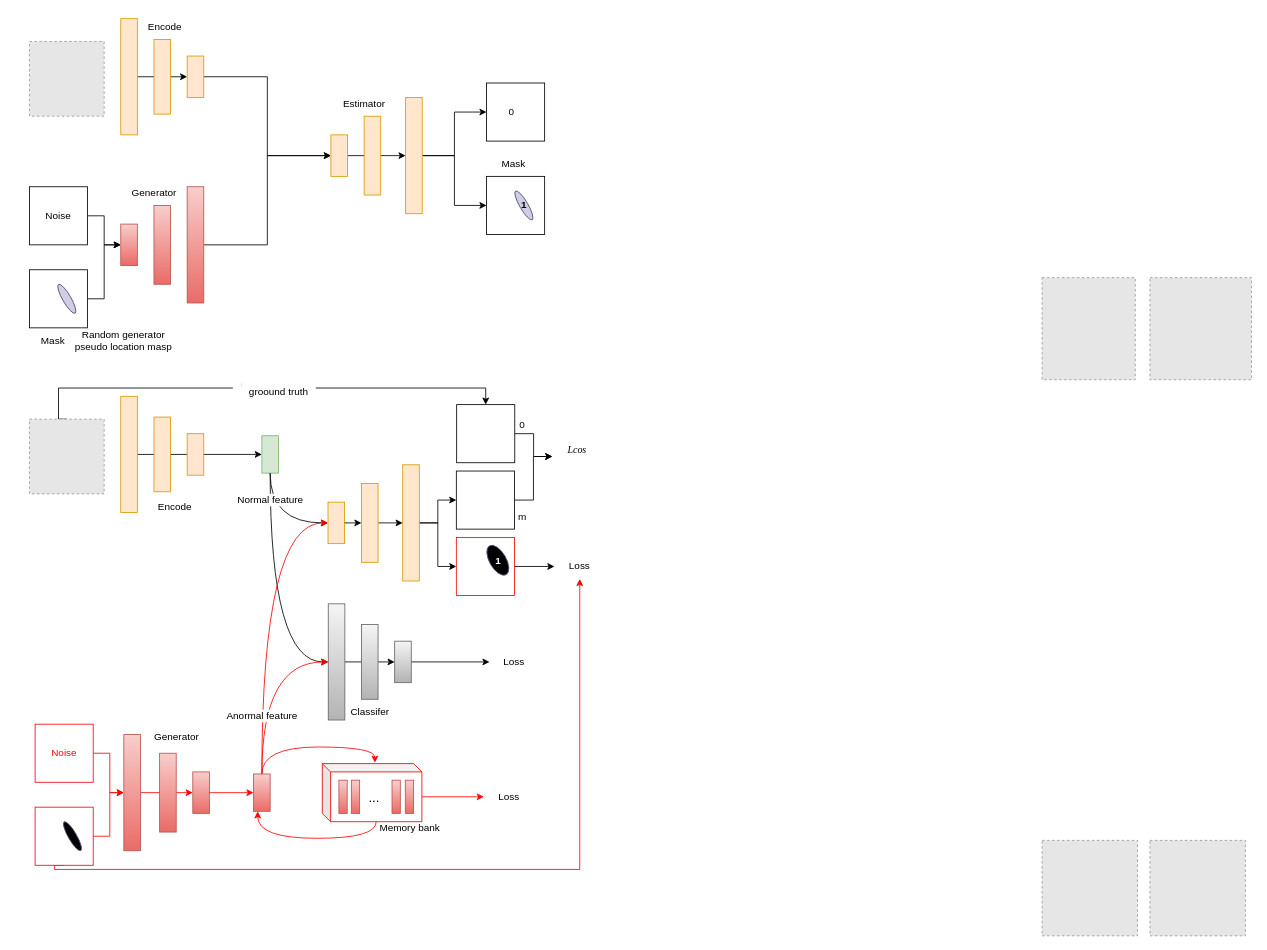
Before: defect.drawio in kagomeAli/2023KD, a draw.io diagram. Source tidied: cells renumbered, new cells numbered last; positions are measured from the earlier drawing's top-left corner, leaving out a move shared by most shapes. Both pictures are drawn from the tidied source at 83%, with x=0, y=0 at pixel (29, 14). Pictures stored in the file or linked from it are replaced by grey dashed boxes.
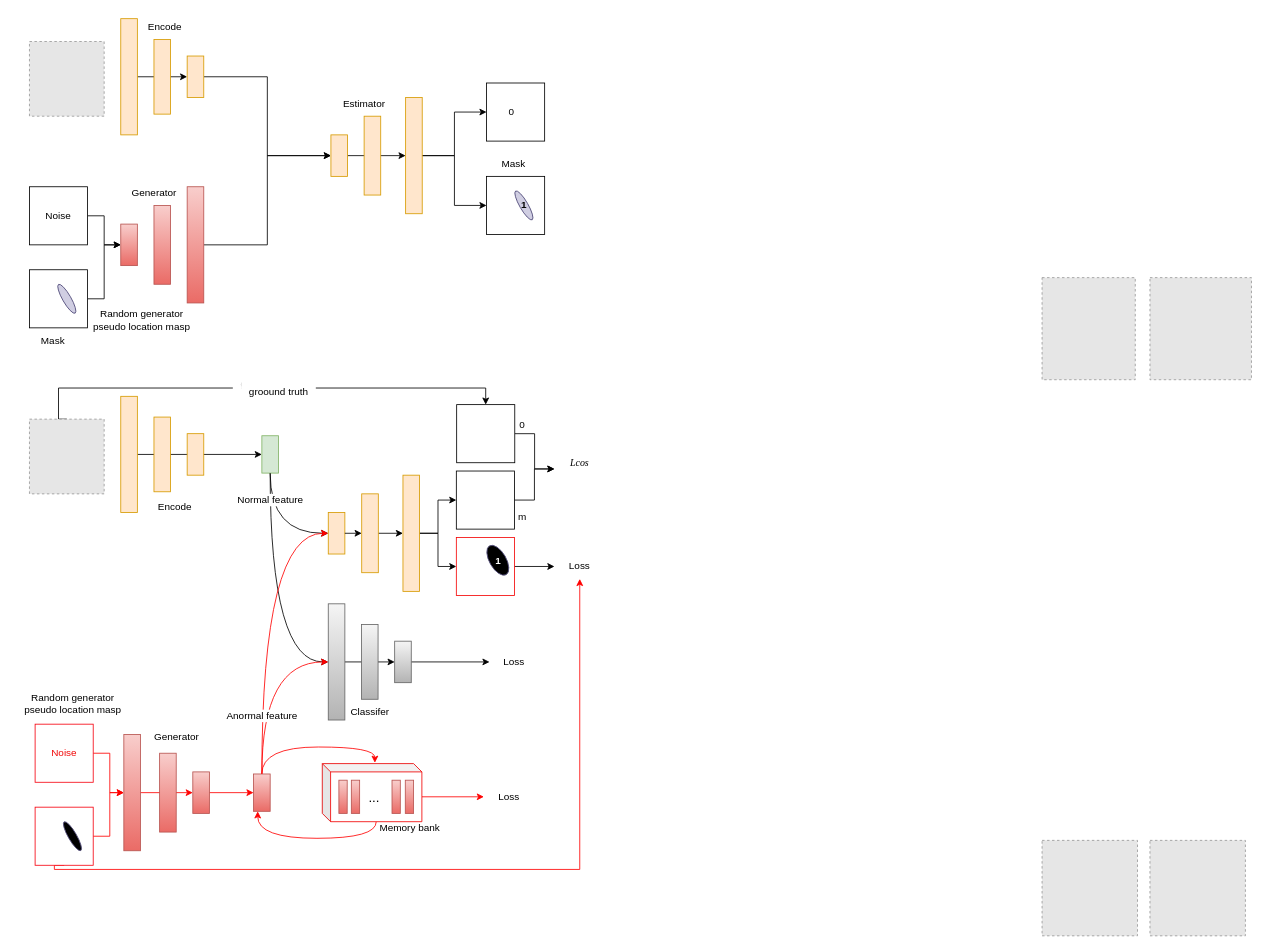
The same diagram, later.

The edit, as a diff of the source:
```diff
@@
     <mxCell id="13" style="rounded=0;whiteSpace=wrap;html=1;fillColor=#ffe6cc;strokeColor=#d79b00;" parent="1" vertex="1">
-      <mxGeometry x="449.7" y="542.5" width="20" height="140" as="geometry" />
+      <mxGeometry x="450" y="555" width="20" height="140" as="geometry" />
     </mxCell>
     <mxCell id="14" style="rounded=0;whiteSpace=wrap;html=1;fillColor=#ffe6cc;strokeColor=#d79b00;" parent="1" vertex="1">
-      <mxGeometry x="359.7" y="587.5" width="20" height="50" as="geometry" />
+      <mxGeometry x="360" y="600" width="20" height="50" as="geometry" />
     </mxCell>
@@
     <mxCell id="23" value="Lcos" style="text;html=1;strokeColor=none;fillColor=none;align=center;verticalAlign=middle;whiteSpace=wrap;rounded=0;fontStyle=2;fontFamily=Times New Roman;" parent="1" vertex="1">
-      <mxGeometry x="630" y="510" width="60" height="30" as="geometry" />
+      <mxGeometry x="632.5" y="525" width="60" height="30" as="geometry" />
     </mxCell>
@@
     <mxCell id="94" value="Random generator &lt;br&gt;pseudo location masp" style="text;html=1;align=center;verticalAlign=middle;strokeColor=none;fillColor=none;" parent="1" vertex="1">
-      <mxGeometry x="43.2" y="372.5" width="140" height="40" as="geometry" />
+      <mxGeometry x="65" y="347.5" width="140" height="40" as="geometry" />
     </mxCell>
@@
     <mxCell id="102" style="rounded=0;whiteSpace=wrap;html=1;fillColor=#ffe6cc;strokeColor=#d79b00;" parent="1" vertex="1">
-      <mxGeometry x="400" y="565" width="20" height="95" as="geometry" />
+      <mxGeometry x="400.3" y="577.5" width="20" height="95" as="geometry" />
     </mxCell>
@@
+    <mxCell id="105" value="Random generator &lt;br&gt;pseudo location masp" style="text;html=1;align=center;verticalAlign=middle;strokeColor=none;fillColor=none;" parent="1" vertex="1">
+      <mxGeometry x="-18.2" y="810" width="140" height="40" as="geometry" />
+    </mxCell>
```
